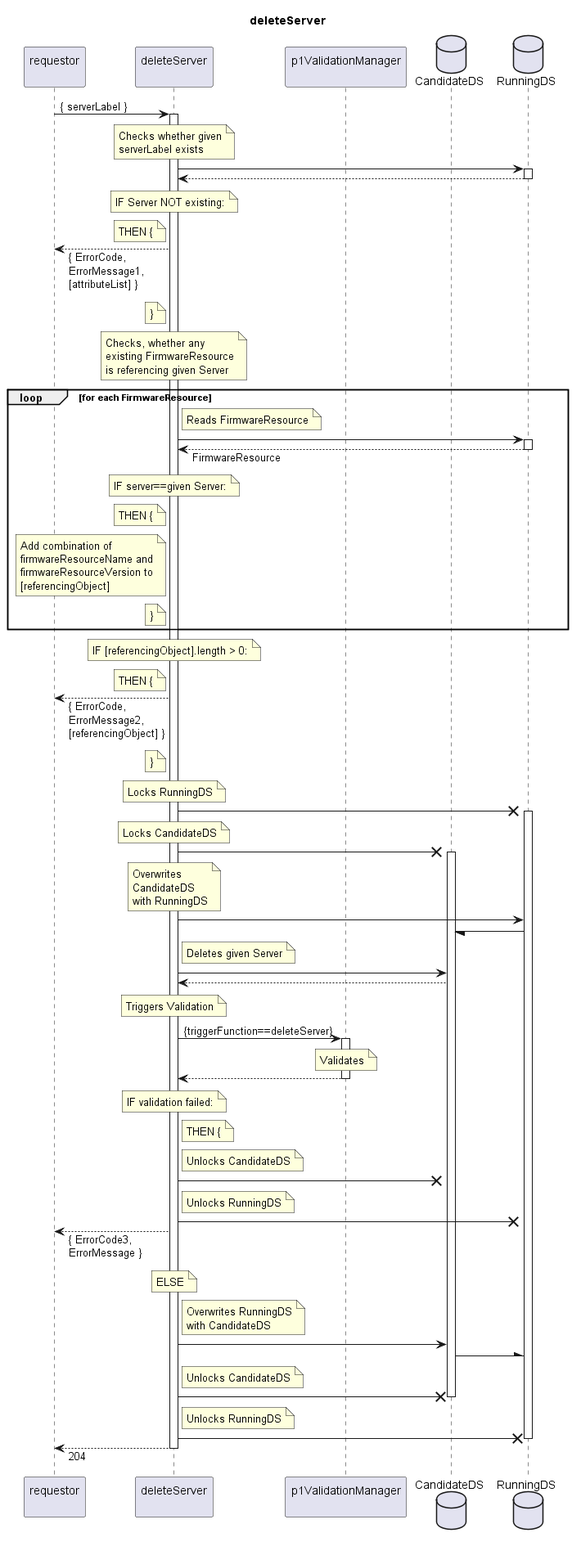
Above: spec/Services/deleteServer/1.0.0/deleteServer.png in openBackhaul/FirmWareManager (PlantUML), before the change.
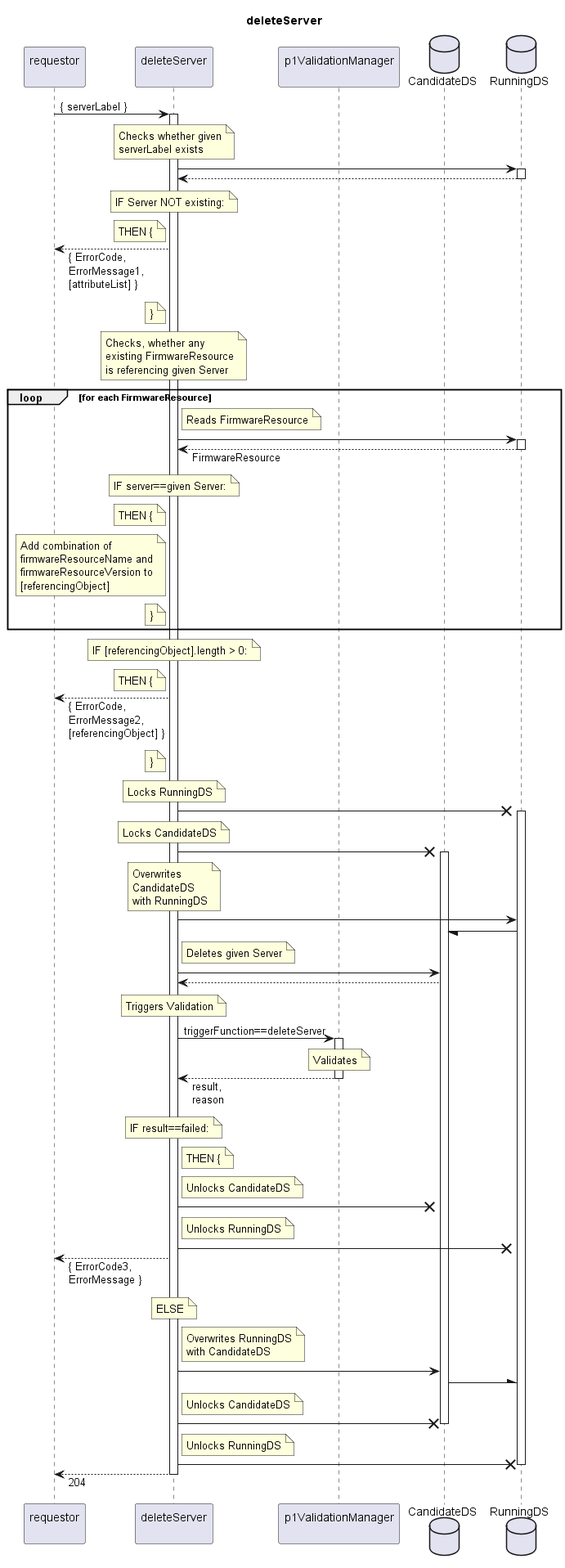
The same diagram one commit later.

What changed in the source:
```diff
@@ -100,15 +100,15 @@
   note over indServ
     Triggers Validation
   end note
-  indServ -> valiMan: {triggerFunction==deleteServer}
+  indServ -> valiMan: triggerFunction==deleteServer
   activate valiMan
     note over valiMan
       Validates
     end note
-  indServ <-- valiMan
+  indServ <-- valiMan: result,\nreason
   deactivate valiMan
   note over indServ
-    IF validation failed:
+    IF result==failed:
   end note
   note right indServ
     THEN {
```
